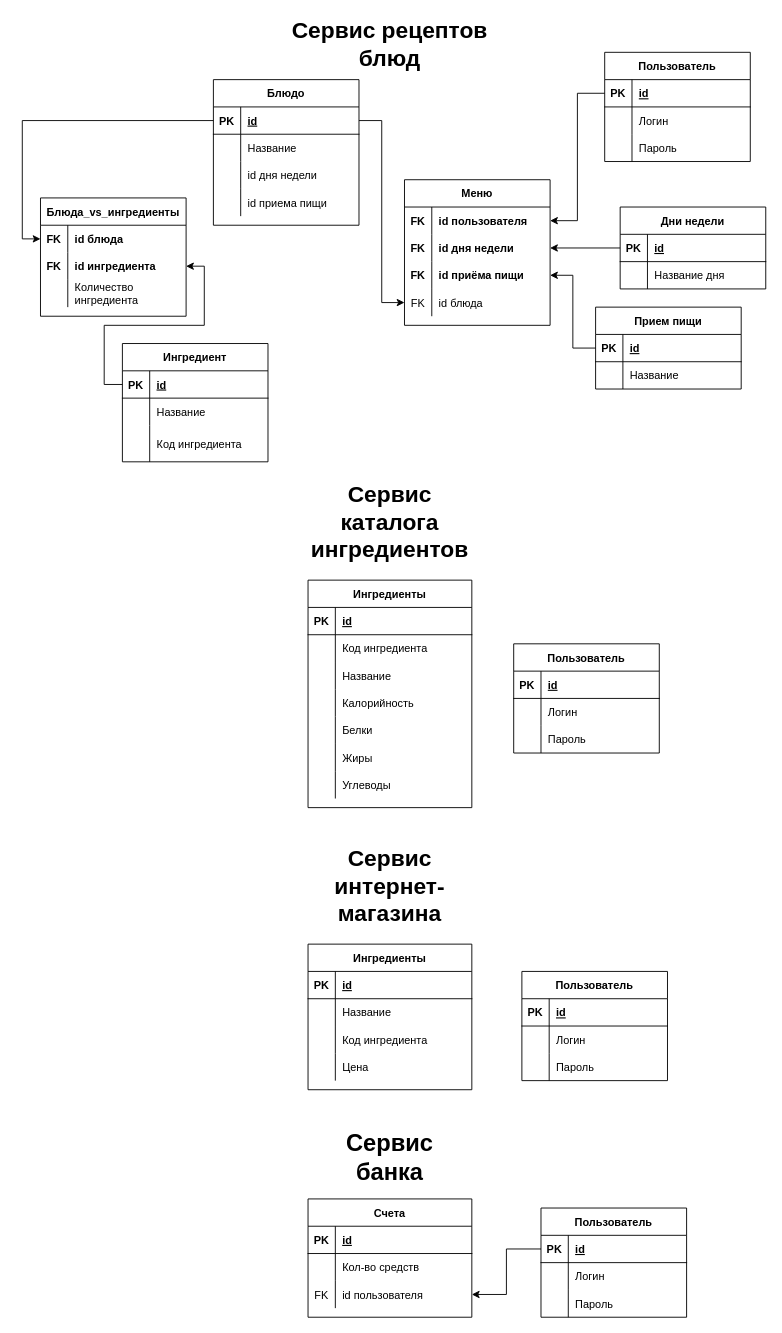
Before: otherFiles/SOA.drawio in Shahnovski/ProjectSOA, a draw.io diagram. Source tidied: cells renumbered, new cells numbered last; positions are measured from the earlier drawing's top-left corner, leaving out a move shared by most shapes. Both pictures are drawn from the tidied source at 91%, with x=0, y=0 at pixel (40, 15).
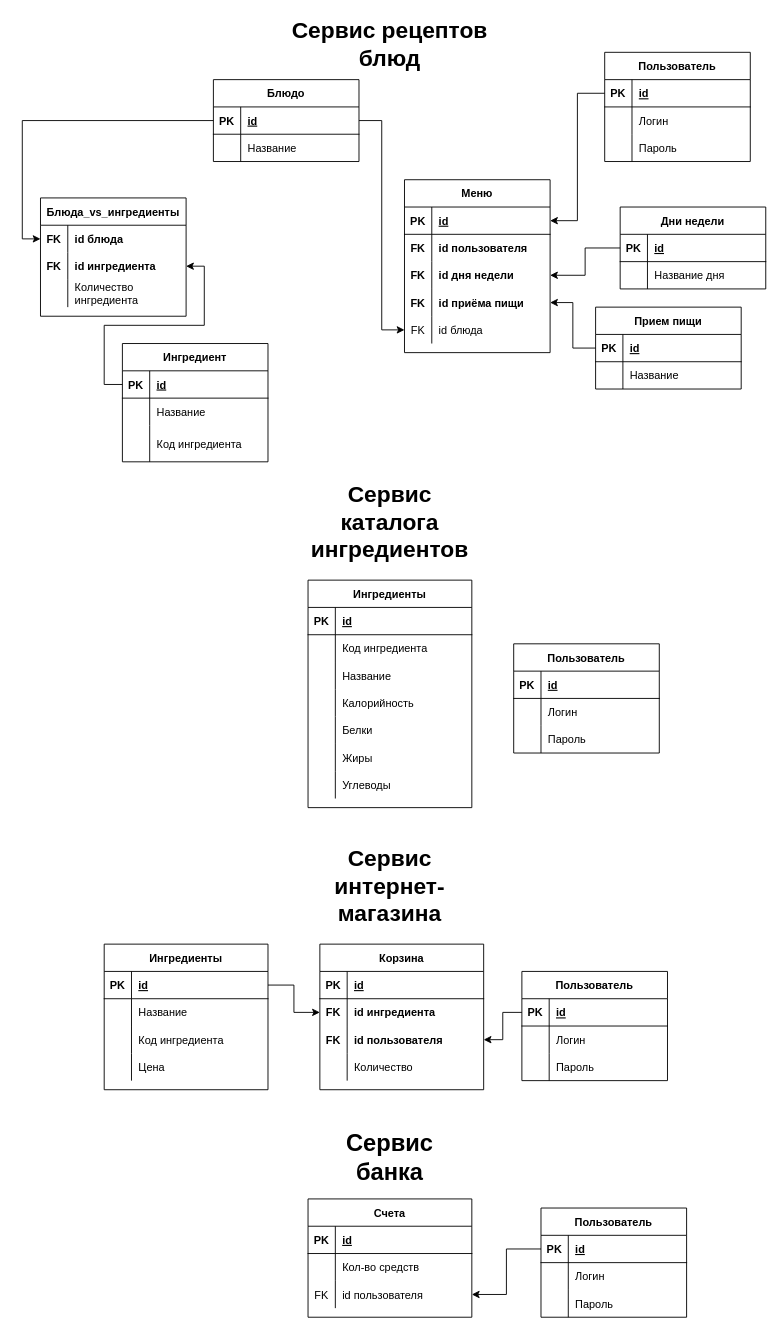
The same diagram, later.

Commit message:
Added cart_item table to diagram

The change refers to these unchanged cells:
```xml
<mxCell id="77" style="shape=partialRectangle;fillColor=none;top=0;left=0;bottom=1;right=0;points=[[0,0.5],[1,0.5]];portConstraint=eastwest;" parent="76" vertex="1">
  <mxGeometry y="30" width="180" height="30" as="geometry" />
</mxCell>
<mxCell id="111" style="shape=partialRectangle;fillColor=none;top=0;left=0;bottom=0;right=0;points=[[0,0.5],[1,0.5]];portConstraint=eastwest;" parent="110" vertex="1">
  <mxGeometry y="30" width="160" height="30" as="geometry" />
</mxCell>
<mxCell id="138" style="shape=partialRectangle;fillColor=none;top=0;left=0;bottom=1;right=0;points=[[0,0.5],[1,0.5]];portConstraint=eastwest;" parent="137" vertex="1">
  <mxGeometry y="30" width="160" height="30" as="geometry" />
</mxCell>
```

Diff of the diagram source:
```diff
@@
     <mxCell id="16" value="Блюдо" style="shape=table;startSize=30;childLayout=tableLayout;rowLines=0;fontStyle=1;align=center;" parent="1" vertex="1">
-      <mxGeometry x="190" y="70" width="160" height="160" as="geometry" />
+      <mxGeometry x="190" y="70" width="160" height="90" as="geometry" />
     </mxCell>
@@
-    <mxCell id="23" style="shape=partialRectangle;fillColor=none;top=0;left=0;bottom=0;right=0;" parent="16" vertex="1">
-      <mxGeometry y="90" width="160" height="30" as="geometry" />
-    </mxCell>
-    <mxCell id="24" style="shape=partialRectangle;fillColor=none;top=0;left=0;bottom=0;right=0;overflow=hidden;" parent="23" vertex="1">
-      <mxGeometry width="30" height="30" as="geometry" />
-    </mxCell>
-    <mxCell id="25" value="id дня недели" style="shape=partialRectangle;fillColor=none;top=0;left=0;bottom=0;right=0;align=left;spacingLeft=6;overflow=hidden;" parent="23" vertex="1">
-      <mxGeometry x="30" width="130" height="30" as="geometry" />
-    </mxCell>
-    <mxCell id="26" style="shape=partialRectangle;fillColor=none;top=0;left=0;bottom=0;right=0;" parent="16" vertex="1">
-      <mxGeometry y="120" width="160" height="30" as="geometry" />
-    </mxCell>
-    <mxCell id="27" style="shape=partialRectangle;fillColor=none;top=0;left=0;bottom=0;right=0;overflow=hidden;" parent="26" vertex="1">
-      <mxGeometry width="30" height="30" as="geometry" />
-    </mxCell>
-    <mxCell id="28" value="id приема пищи" style="shape=partialRectangle;fillColor=none;top=0;left=0;bottom=0;right=0;align=left;spacingLeft=6;overflow=hidden;" parent="26" vertex="1">
-      <mxGeometry x="30" width="130" height="30" as="geometry" />
-    </mxCell>
@@
     <mxCell id="76" value="Ингредиенты" style="shape=table;startSize=30;childLayout=tableLayout;rowLines=0;fontStyle=1;align=center;" parent="1" vertex="1">
-      <mxGeometry x="294" y="1020" width="180" height="160" as="geometry" />
+      <mxGeometry x="70" y="1020" width="180" height="160" as="geometry" />
     </mxCell>
@@
     <mxCell id="110" value="Меню" style="shape=table;startSize=30;childLayout=tableLayout;rowLines=0;fontStyle=1;align=center;" parent="1" vertex="1">
-      <mxGeometry x="400" y="180" width="160" height="160" as="geometry" />
+      <mxGeometry x="400" y="180" width="160" height="190" as="geometry" />
     </mxCell>
@@
-    <mxCell id="112" value="FK" style="shape=partialRectangle;fillColor=none;top=0;left=0;bottom=0;right=0;overflow=hidden;fontStyle=1;" parent="111" vertex="1">
+    <mxCell id="112" style="shape=partialRectangle;fillColor=none;top=0;left=0;bottom=0;right=0;overflow=hidden;fontStyle=1;" parent="111" vertex="1">
       <mxGeometry width="30" height="30" as="geometry" />
     </mxCell>
-    <mxCell id="113" value="id пользователя" style="shape=partialRectangle;fillColor=none;top=0;left=0;bottom=0;right=0;align=left;spacingLeft=6;overflow=hidden;fontStyle=1;" parent="111" vertex="1">
+    <mxCell id="113" style="shape=partialRectangle;top=0;left=0;bottom=0;right=0;align=left;spacingLeft=6;overflow=hidden;fontStyle=1;fillColor=none;" parent="111" vertex="1">
       <mxGeometry x="30" width="130" height="30" as="geometry" />
     </mxCell>
+    <mxCell id="158" style="shape=partialRectangle;fillColor=none;top=0;left=0;bottom=0;right=0;" parent="110" vertex="1">
+      <mxGeometry y="60" width="160" height="30" as="geometry" />
+    </mxCell>
+    <mxCell id="159" value="FK" style="shape=partialRectangle;fillColor=none;top=0;left=0;bottom=0;right=0;overflow=hidden;fontStyle=1;" parent="158" vertex="1">
+      <mxGeometry width="30" height="30" as="geometry" />
+    </mxCell>
+    <mxCell id="160" value="id пользователя" style="shape=partialRectangle;fillColor=none;top=0;left=0;bottom=0;right=0;align=left;spacingLeft=6;overflow=hidden;fontStyle=1;" parent="158" vertex="1">
+      <mxGeometry x="30" width="130" height="30" as="geometry" />
+    </mxCell>
     <mxCell id="114" style="shape=partialRectangle;fillColor=none;top=0;left=0;bottom=0;right=0;points=[[0,0.5],[1,0.5]];portConstraint=eastwest;" parent="110" vertex="1">
-      <mxGeometry y="60" width="160" height="30" as="geometry" />
+      <mxGeometry y="90" width="160" height="30" as="geometry" />
     </mxCell>
@@
     <mxCell id="117" style="shape=partialRectangle;fillColor=none;top=0;left=0;bottom=0;right=0;points=[[0,0.5],[1,0.5]];portConstraint=eastwest;" parent="110" vertex="1">
-      <mxGeometry y="90" width="160" height="30" as="geometry" />
+      <mxGeometry y="120" width="160" height="30" as="geometry" />
     </mxCell>
@@
     <mxCell id="120" style="shape=partialRectangle;fillColor=none;top=0;left=0;bottom=0;right=0;points=[[0,0.5],[1,0.5]];portConstraint=eastwest;" parent="110" vertex="1">
-      <mxGeometry y="120" width="160" height="30" as="geometry" />
+      <mxGeometry y="150" width="160" height="30" as="geometry" />
     </mxCell>
@@
+    <mxCell id="161" value="Корзина" style="shape=table;startSize=30;childLayout=tableLayout;rowLines=0;fontStyle=1;align=center;" parent="1" vertex="1">
+      <mxGeometry x="307" y="1020" width="180" height="160" as="geometry" />
+    </mxCell>
+    <mxCell id="162" style="shape=partialRectangle;fillColor=none;top=0;left=0;bottom=1;right=0;" parent="161" vertex="1">
+      <mxGeometry y="30" width="180" height="30" as="geometry" />
+    </mxCell>
+    <mxCell id="163" value="PK" style="shape=partialRectangle;fillColor=none;top=0;left=0;bottom=0;right=0;fontStyle=1;overflow=hidden;" parent="162" vertex="1">
+      <mxGeometry width="30" height="30" as="geometry" />
+    </mxCell>
+    <mxCell id="164" value="id" style="shape=partialRectangle;fillColor=none;top=0;left=0;bottom=0;right=0;align=left;spacingLeft=6;fontStyle=5;overflow=hidden;" parent="162" vertex="1">
+      <mxGeometry x="30" width="150" height="30" as="geometry" />
+    </mxCell>
+    <mxCell id="165" style="shape=partialRectangle;fillColor=none;top=0;left=0;bottom=0;right=0;points=[[0,0.5],[1,0.5]];portConstraint=eastwest;fontStyle=1;" parent="161" vertex="1">
+      <mxGeometry y="60" width="180" height="30" as="geometry" />
+    </mxCell>
+    <mxCell id="166" value="FK" style="shape=partialRectangle;fillColor=none;top=0;left=0;bottom=0;right=0;overflow=hidden;fontStyle=1;" parent="165" vertex="1">
+      <mxGeometry width="30" height="30" as="geometry" />
+    </mxCell>
+    <mxCell id="167" value="id ингредиента" style="shape=partialRectangle;fillColor=none;top=0;left=0;bottom=0;right=0;align=left;spacingLeft=6;overflow=hidden;fontStyle=1;" parent="165" vertex="1">
+      <mxGeometry x="30" width="150" height="30" as="geometry" />
+    </mxCell>
+    <mxCell id="168" style="shape=partialRectangle;fillColor=none;top=0;left=0;bottom=0;right=0;points=[[0,0.5],[1,0.5]];portConstraint=eastwest;" parent="161" vertex="1">
+      <mxGeometry y="90" width="180" height="30" as="geometry" />
+    </mxCell>
+    <mxCell id="169" value="FK" style="shape=partialRectangle;fillColor=none;top=0;left=0;bottom=0;right=0;overflow=hidden;fontStyle=1;" parent="168" vertex="1">
+      <mxGeometry width="30" height="30" as="geometry" />
+    </mxCell>
+    <mxCell id="170" value="id пользователя" style="shape=partialRectangle;fillColor=none;top=0;left=0;bottom=0;right=0;align=left;spacingLeft=6;overflow=hidden;fontStyle=1;" parent="168" vertex="1">
+      <mxGeometry x="30" width="150" height="30" as="geometry" />
+    </mxCell>
+    <mxCell id="171" style="shape=partialRectangle;fillColor=none;top=0;left=0;bottom=0;right=0;" parent="161" vertex="1">
+      <mxGeometry y="120" width="180" height="30" as="geometry" />
+    </mxCell>
+    <mxCell id="172" style="shape=partialRectangle;fillColor=none;top=0;left=0;bottom=0;right=0;overflow=hidden;" parent="171" vertex="1">
+      <mxGeometry width="30" height="30" as="geometry" />
+    </mxCell>
+    <mxCell id="173" value="Количество" style="shape=partialRectangle;fillColor=none;top=0;left=0;bottom=0;right=0;align=left;spacingLeft=6;overflow=hidden;" parent="171" vertex="1">
+      <mxGeometry x="30" width="150" height="30" as="geometry" />
+    </mxCell>
+    <mxCell id="174" style="shape=partialRectangle;fillColor=none;top=0;left=0;bottom=1;right=0;" parent="1" vertex="1">
+      <mxGeometry x="400" y="210" width="160" height="30" as="geometry" />
+    </mxCell>
+    <mxCell id="175" value="PK" style="shape=partialRectangle;fillColor=none;top=0;left=0;bottom=0;right=0;fontStyle=1;overflow=hidden;" parent="174" vertex="1">
+      <mxGeometry width="30" height="30" as="geometry" />
+    </mxCell>
+    <mxCell id="176" value="id" style="shape=partialRectangle;fillColor=none;top=0;left=0;bottom=0;right=0;align=left;spacingLeft=6;fontStyle=5;overflow=hidden;" parent="174" vertex="1">
+      <mxGeometry x="30" width="130" height="30" as="geometry" />
+    </mxCell>
+    <mxCell id="177" style="edgeStyle=orthogonalEdgeStyle;rounded=0;jettySize=auto;html=1;exitX=0;exitY=0.5;exitDx=0;exitDy=0;entryX=1;entryY=0.5;entryDx=0;entryDy=0;" parent="1" edge="1" source="138" target="168">
+      <mxGeometry relative="1" as="geometry" />
+    </mxCell>
+    <mxCell id="178" style="edgeStyle=orthogonalEdgeStyle;rounded=0;jettySize=auto;html=1;exitX=1;exitY=0.5;exitDx=0;exitDy=0;entryX=0;entryY=0.5;entryDx=0;entryDy=0;" parent="1" edge="1" source="77" target="165">
+      <mxGeometry relative="1" as="geometry" />
+    </mxCell>
```
